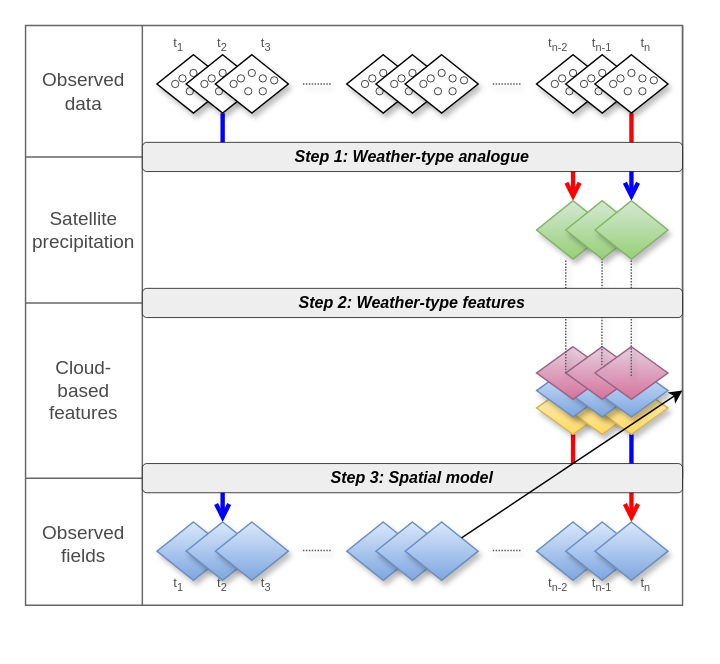
adrHuerta/diagrams keeps this draw.io diagram as grid-workflow.drawio. Above is the earlier version. Source tidied: cells renumbered, new cells numbered last; positions are measured from the earlier drawing's top-left corner, leaving out a move shared by most shapes. Both pictures are drawn from the tidied source at 146%, with x=0, y=0 at pixel (25, 25).
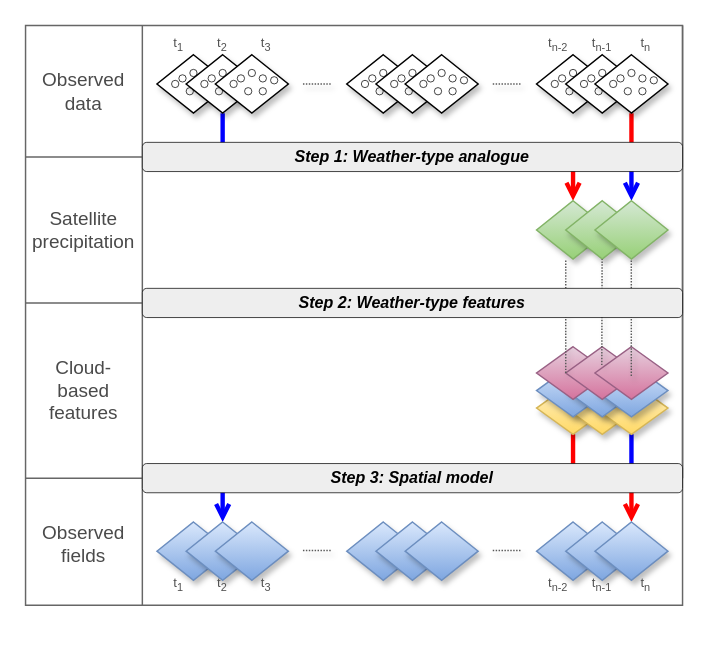
After the change.

The change refers to these unchanged cells:
```xml
<mxCell id="16" style="rhombus;whiteSpace=wrap;html=1;shadow=1;fillColor=#dae8fc;gradientColor=#7ea6e0;strokeColor=#6c8ebf;" parent="13" vertex="1">
  <mxGeometry x="450" height="120" as="geometry" />
</mxCell>
<mxCell id="48" style="rhombus;whiteSpace=wrap;html=1;shadow=1;fillColor=#dae8fc;gradientColor=#7ea6e0;strokeColor=#6c8ebf;" parent="37" vertex="1">
  <mxGeometry x="170" width="50" height="40" as="geometry" />
</mxCell>
```

Change to the diagram source:
```diff
@@
-    <mxCell id="153" style="edgeStyle=orthogonalEdgeStyle;rounded=0;jettySize=auto;html=1;" parent="1" edge="1" source="48" target="16">
-      <mxGeometry relative="1" as="geometry" />
-    </mxCell>
```
